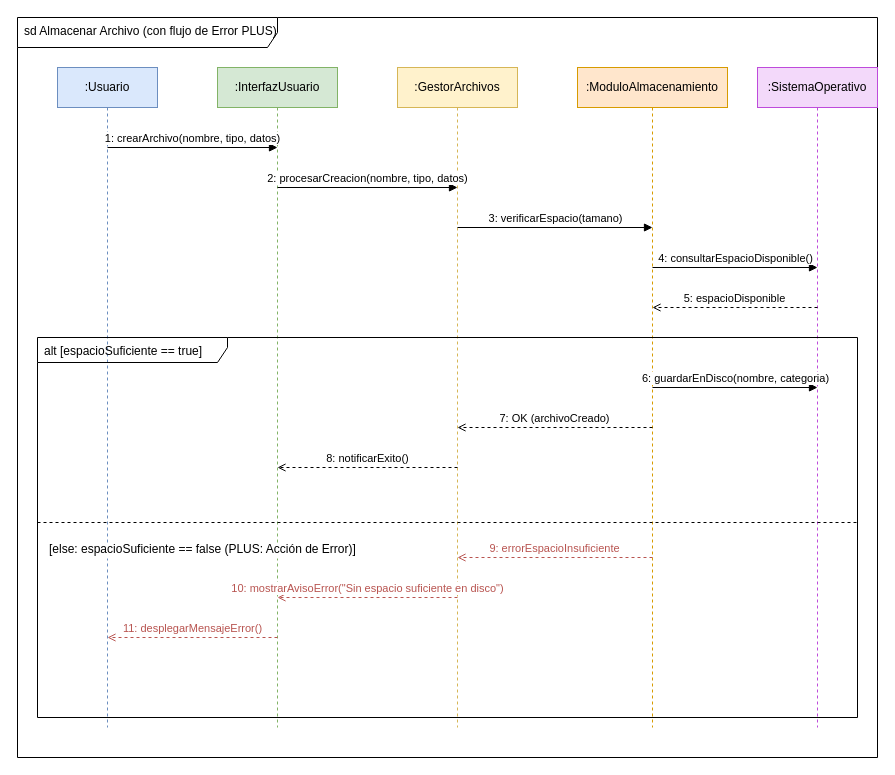
The draw.io diagram docs/TP-1/03-Diagrama-de-Secuencia/03_secuencia.drawio in Axldev1991/metodologia-de-sistemas-2, before the edit. Source tidied: cells renumbered, new cells numbered last; positions are measured from the earlier drawing's top-left corner, leaving out a move shared by most shapes. Both pictures are drawn from the tidied source at 100%, with x=0, y=0 at pixel (17, 17).
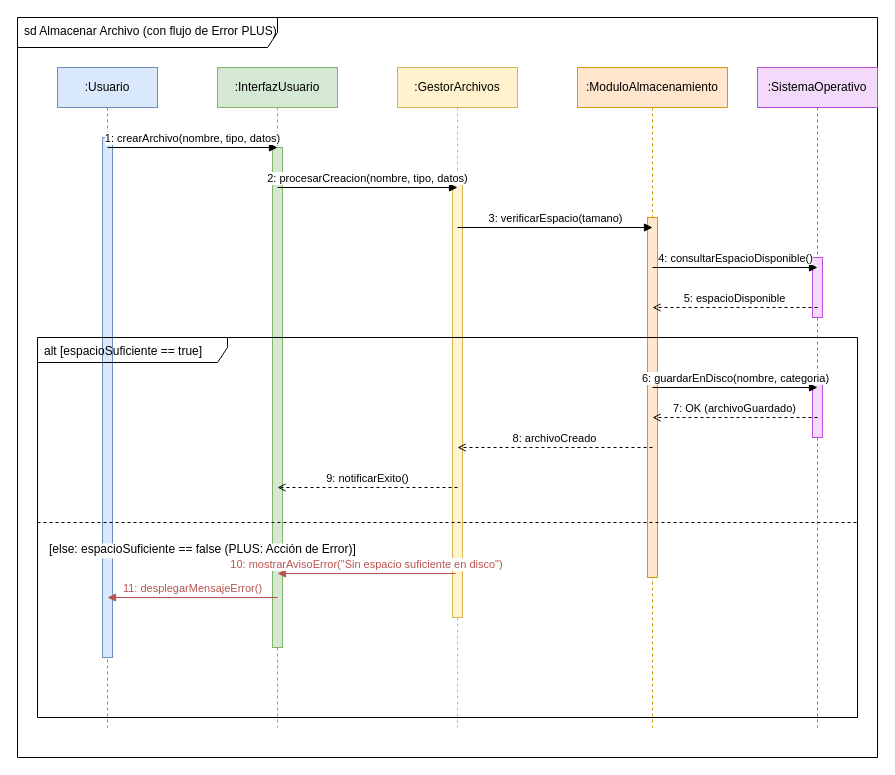
Above is the later version.

Commit message:
fix(diagrama 3) arregle el diagrama 3

Diff of the diagram source:
```diff
@@
+    <mxCell id="21" style="html=1;whiteSpace=wrap;fillColor=#dae8fc;strokeColor=#6c8ebf;" parent="1" vertex="1">
+      <mxGeometry x="85" y="120" width="10" height="520" as="geometry" />
+    </mxCell>
+    <mxCell id="22" style="html=1;whiteSpace=wrap;fillColor=#d5e8d4;strokeColor=#82b366;" parent="1" vertex="1">
+      <mxGeometry x="255" y="130" width="10" height="500" as="geometry" />
+    </mxCell>
+    <mxCell id="23" style="html=1;whiteSpace=wrap;fillColor=#fff2cc;strokeColor=#d6b656;" parent="1" vertex="1">
+      <mxGeometry x="435" y="160" width="10" height="440" as="geometry" />
+    </mxCell>
+    <mxCell id="24" style="html=1;whiteSpace=wrap;fillColor=#ffe6cc;strokeColor=#d79b00;" parent="1" vertex="1">
+      <mxGeometry x="630" y="200" width="10" height="360" as="geometry" />
+    </mxCell>
+    <mxCell id="25" style="html=1;whiteSpace=wrap;fillColor=#f3d9fa;strokeColor=#be4bdb;" parent="1" vertex="1">
+      <mxGeometry x="795" y="240" width="10" height="60" as="geometry" />
+    </mxCell>
+    <mxCell id="26" style="html=1;whiteSpace=wrap;fillColor=#f3d9fa;strokeColor=#be4bdb;" parent="1" vertex="1">
+      <mxGeometry x="795" y="360" width="10" height="60" as="geometry" />
+    </mxCell>
@@
-    <mxCell id="16" value="7: OK (archivoCreado)" style="html=1;verticalAlign=bottom;endArrow=open;dashed=1;edgeStyle=orthogonalEdgeStyle;rounded=0;" parent="1" edge="1">
-      <mxGeometry relative="1" as="geometry">
-        <mxPoint x="635" y="410" as="sourcePoint" />
-        <mxPoint x="440" y="410" as="targetPoint" />
-      </mxGeometry>
-    </mxCell>
+    <mxCell id="27" value="7: OK (archivoGuardado)" style="html=1;verticalAlign=bottom;endArrow=open;dashed=1;edgeStyle=orthogonalEdgeStyle;rounded=0;" parent="1" edge="1">
+      <mxGeometry relative="1" as="geometry">
+        <mxPoint x="800" y="400" as="sourcePoint" />
+        <mxPoint x="635" y="400" as="targetPoint" />
+      </mxGeometry>
+    </mxCell>
-    <mxCell id="17" value="8: notificarExito()" style="html=1;verticalAlign=bottom;endArrow=open;dashed=1;edgeStyle=orthogonalEdgeStyle;rounded=0;" parent="1" edge="1">
+    <mxCell id="17" value="8: archivoCreado" style="html=1;verticalAlign=bottom;endArrow=open;dashed=1;edgeStyle=orthogonalEdgeStyle;rounded=0;" parent="1" edge="1">
       <mxGeometry relative="1" as="geometry">
-        <mxPoint x="440" y="450" as="sourcePoint" />
-        <mxPoint x="260" y="450" as="targetPoint" />
+        <mxPoint x="635" y="430" as="sourcePoint" />
+        <mxPoint x="440" y="430" as="targetPoint" />
       </mxGeometry>
     </mxCell>
-    <mxCell id="18" value="9: errorEspacioInsuficiente" style="html=1;verticalAlign=bottom;endArrow=open;dashed=1;edgeStyle=orthogonalEdgeStyle;rounded=0;strokeColor=#b85450;fontColor=#b85450;" parent="1" edge="1">
+    <mxCell id="18" value="9: notificarExito()" style="html=1;verticalAlign=bottom;endArrow=open;dashed=1;edgeStyle=orthogonalEdgeStyle;rounded=0;" parent="1" edge="1">
       <mxGeometry relative="1" as="geometry">
-        <mxPoint x="635" y="540" as="sourcePoint" />
-        <mxPoint x="440" y="540" as="targetPoint" />
+        <mxPoint x="440" y="470" as="sourcePoint" />
+        <mxPoint x="260" y="470" as="targetPoint" />
       </mxGeometry>
     </mxCell>
-    <mxCell id="19" value="10: mostrarAvisoError(&quot;Sin espacio suficiente en disco&quot;)" style="html=1;verticalAlign=bottom;endArrow=open;dashed=1;edgeStyle=orthogonalEdgeStyle;rounded=0;strokeColor=#b85450;fontColor=#b85450;" parent="1" edge="1">
+    <mxCell id="19" value="10: mostrarAvisoError(&quot;Sin espacio suficiente en disco&quot;)" style="html=1;verticalAlign=bottom;endArrow=block;edgeStyle=orthogonalEdgeStyle;rounded=0;strokeColor=#b85450;fontColor=#b85450;" parent="1" edge="1">
       <mxGeometry relative="1" as="geometry">
-        <mxPoint x="440" y="580" as="sourcePoint" />
-        <mxPoint x="260" y="580" as="targetPoint" />
+        <mxPoint x="438" y="556" as="sourcePoint" />
+        <mxPoint x="260" y="556" as="targetPoint" />
       </mxGeometry>
     </mxCell>
-    <mxCell id="20" value="11: desplegarMensajeError()" style="html=1;verticalAlign=bottom;endArrow=open;dashed=1;edgeStyle=orthogonalEdgeStyle;rounded=0;strokeColor=#b85450;fontColor=#b85450;" parent="1" edge="1">
+    <mxCell id="20" value="11: desplegarMensajeError()" style="html=1;verticalAlign=bottom;endArrow=block;edgeStyle=orthogonalEdgeStyle;rounded=0;strokeColor=#b85450;fontColor=#b85450;" parent="1" edge="1">
       <mxGeometry relative="1" as="geometry">
-        <mxPoint x="260" y="620" as="sourcePoint" />
-        <mxPoint x="90" y="620" as="targetPoint" />
+        <mxPoint x="260" y="580" as="sourcePoint" />
+        <mxPoint x="90" y="580" as="targetPoint" />
       </mxGeometry>
     </mxCell>
```
